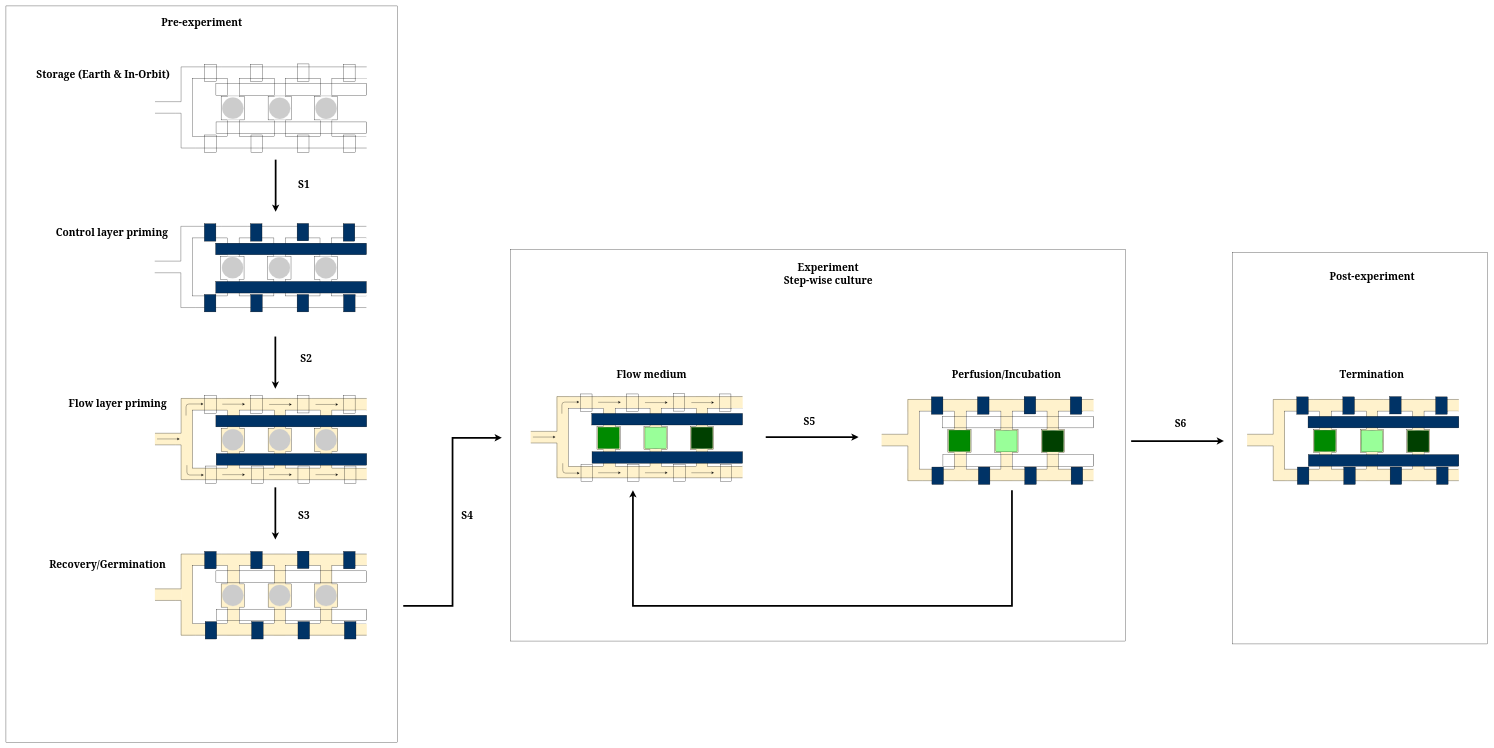
The draw.io diagram Experimental_mode_transitions.drawio in AcubeSAT/microfluidics, before the edit. Source tidied: cells renumbered, new cells numbered last; positions are measured from the earlier drawing's top-left corner, leaving out a move shared by most shapes. Both pictures are drawn from the tidied source at 29%, with x=0, y=0 at pixel (6, 6).
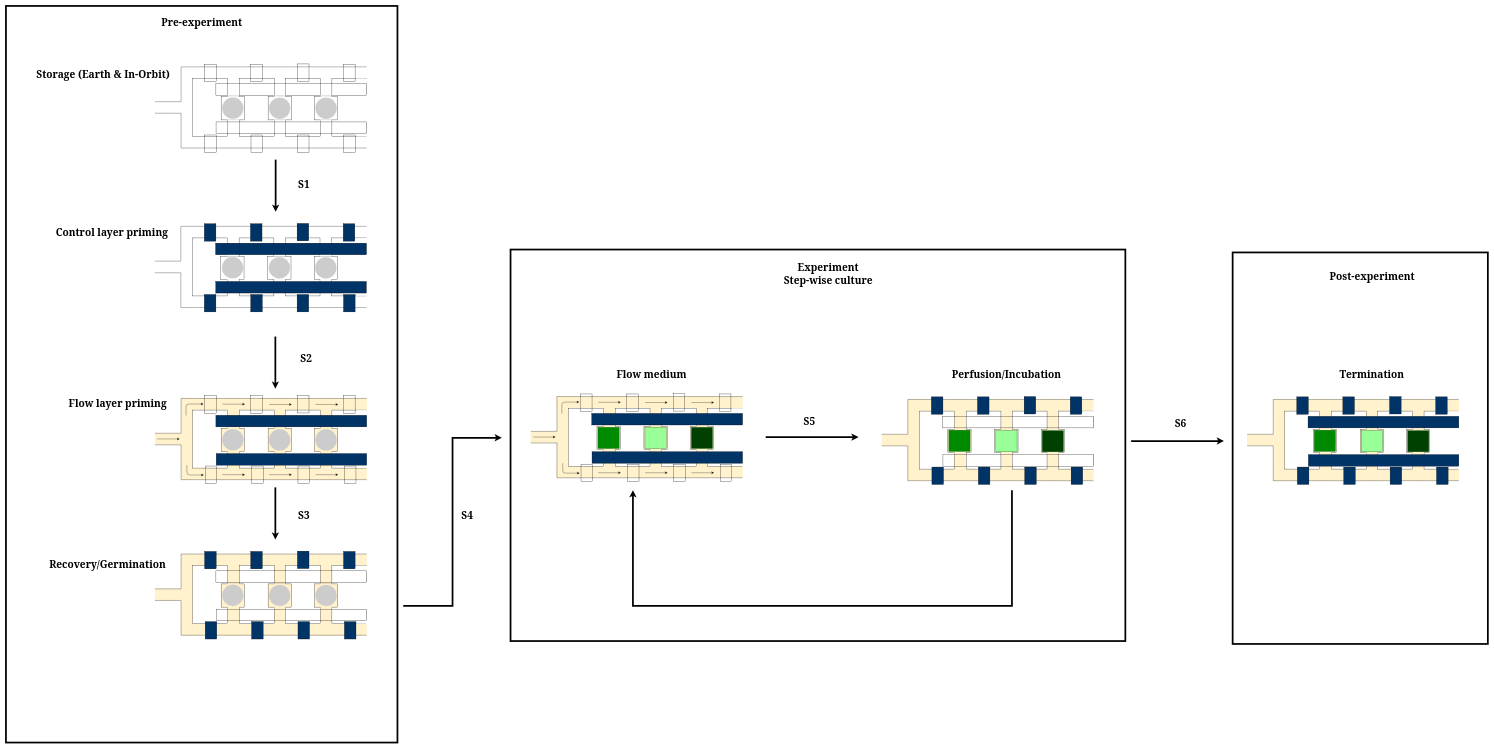
Above is the later version.

What changed in the source:
```diff
@@
-    <mxCell id="2" style="rounded=0;whiteSpace=wrap;html=1;fillColor=#FFFFFF;" parent="1" vertex="1">
+    <mxCell id="2" style="rounded=0;whiteSpace=wrap;html=1;fillColor=#FFFFFF;strokeWidth=6;" parent="1" vertex="1">
       <mxGeometry x="4230" y="850" width="880" height="1350" as="geometry" />
     </mxCell>
-    <mxCell id="3" style="rounded=0;whiteSpace=wrap;html=1;fillColor=#FFFFFF;" parent="1" vertex="1">
+    <mxCell id="3" style="rounded=0;whiteSpace=wrap;html=1;fillColor=#FFFFFF;strokeWidth=6;" parent="1" vertex="1">
       <mxGeometry width="1350" height="2540" as="geometry" />
     </mxCell>
-    <mxCell id="4" style="rounded=0;whiteSpace=wrap;html=1;fillColor=#FFFFFF;" parent="1" vertex="1">
+    <mxCell id="4" style="rounded=0;whiteSpace=wrap;html=1;fillColor=#FFFFFF;strokeWidth=6;" parent="1" vertex="1">
       <mxGeometry x="1740" y="840" width="2120" height="1350" as="geometry" />
     </mxCell>
```
